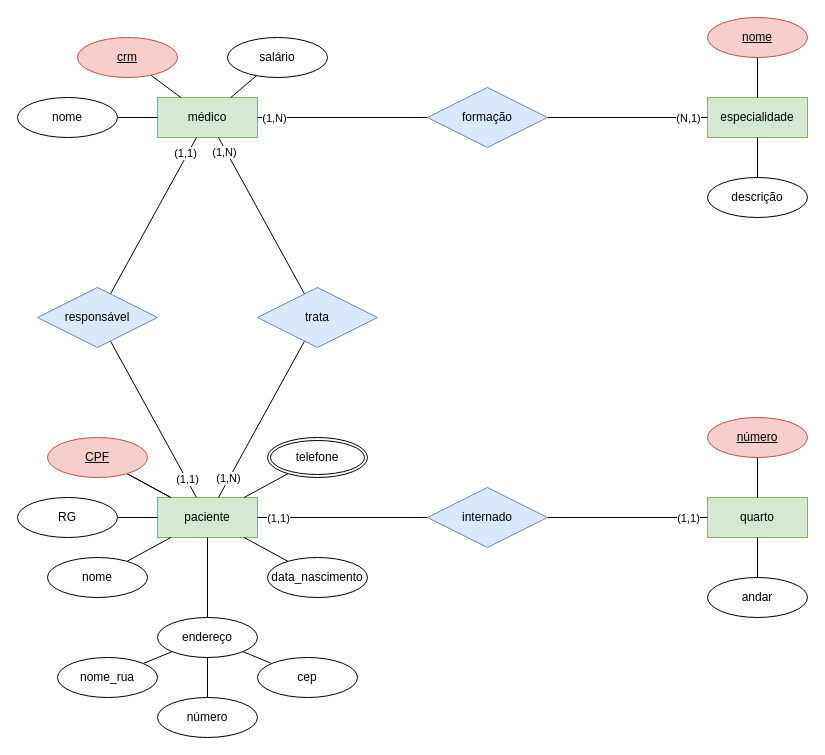
Earlier version of the draw.io diagram aula2-minimundo-clínica.drawio (AristoEinstein/db-fundamentals). Source tidied: cells renumbered, new cells numbered last; positions are measured from the earlier drawing's top-left corner, leaving out a move shared by most shapes. Both pictures are drawn from the tidied source at 100%, with x=0, y=0 at pixel (17, 17).
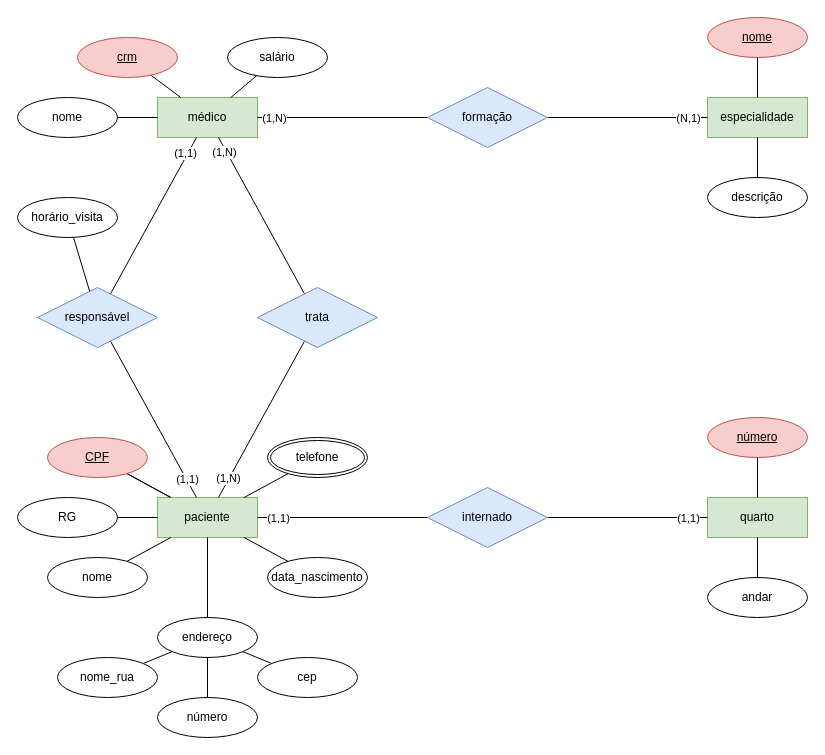
The same page after the edit.

The change refers to these unchanged cells:
```xml
<mxCell id="50" value="responsável" style="shape=rhombus;perimeter=rhombusPerimeter;whiteSpace=wrap;html=1;align=center;fillColor=#dae8fc;strokeColor=#6c8ebf;" parent="1" vertex="1">
  <mxGeometry x="20" y="270" width="120" height="60" as="geometry" />
</mxCell>
```

Diff of the diagram source:
```diff
@@
+    <mxCell id="59" style="rounded=0;jettySize=auto;html=1;endArrow=none;endFill=0;" parent="1" edge="1" source="60" target="50">
+      <mxGeometry relative="1" as="geometry" />
+    </mxCell>
+    <mxCell id="60" value="horário_visita" style="ellipse;whiteSpace=wrap;html=1;align=center;" parent="1" vertex="1">
+      <mxGeometry y="180" width="100" height="40" as="geometry" />
+    </mxCell>
```
